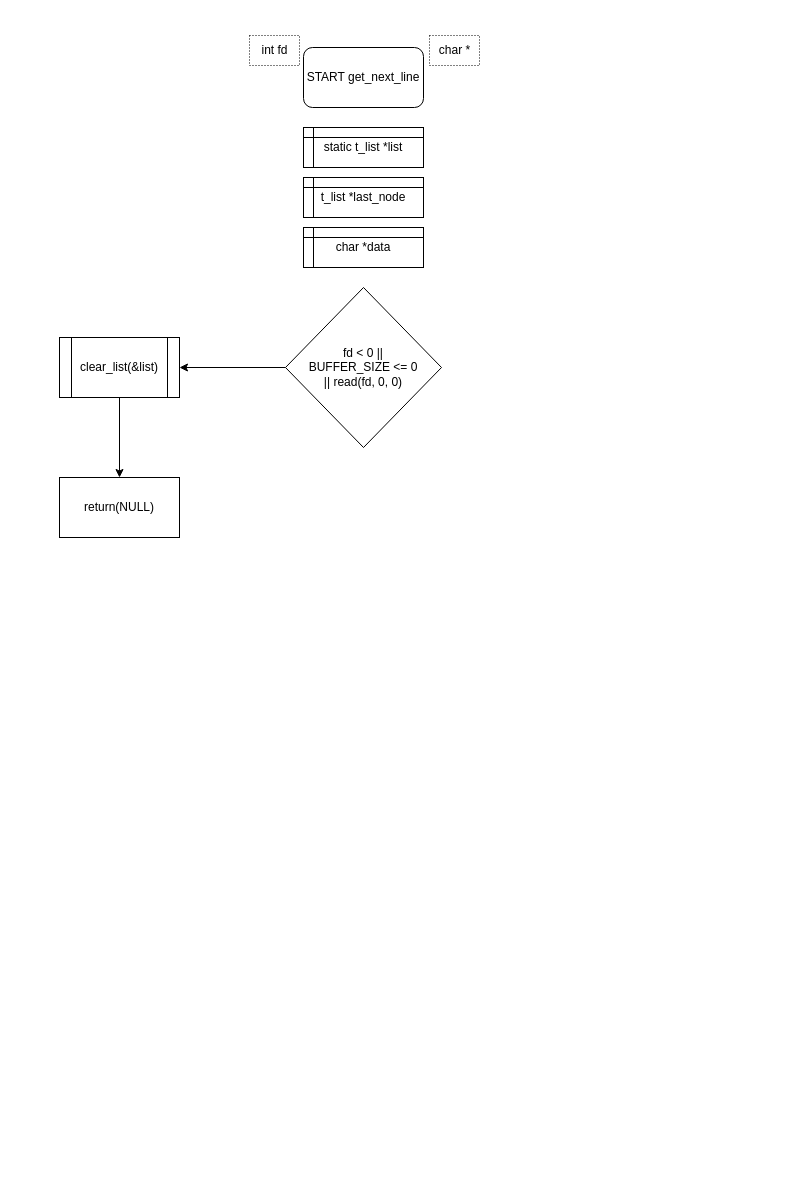
Above: get_next_line.drawio in YannickRd/6x7 (draw.io), before the change. Source tidied: cells renumbered, new cells numbered last; positions are measured from the earlier drawing's top-left corner, leaving out a move shared by most shapes. Both pictures are drawn from the tidied source at 100%, with x=0, y=0 at pixel (59, 35).
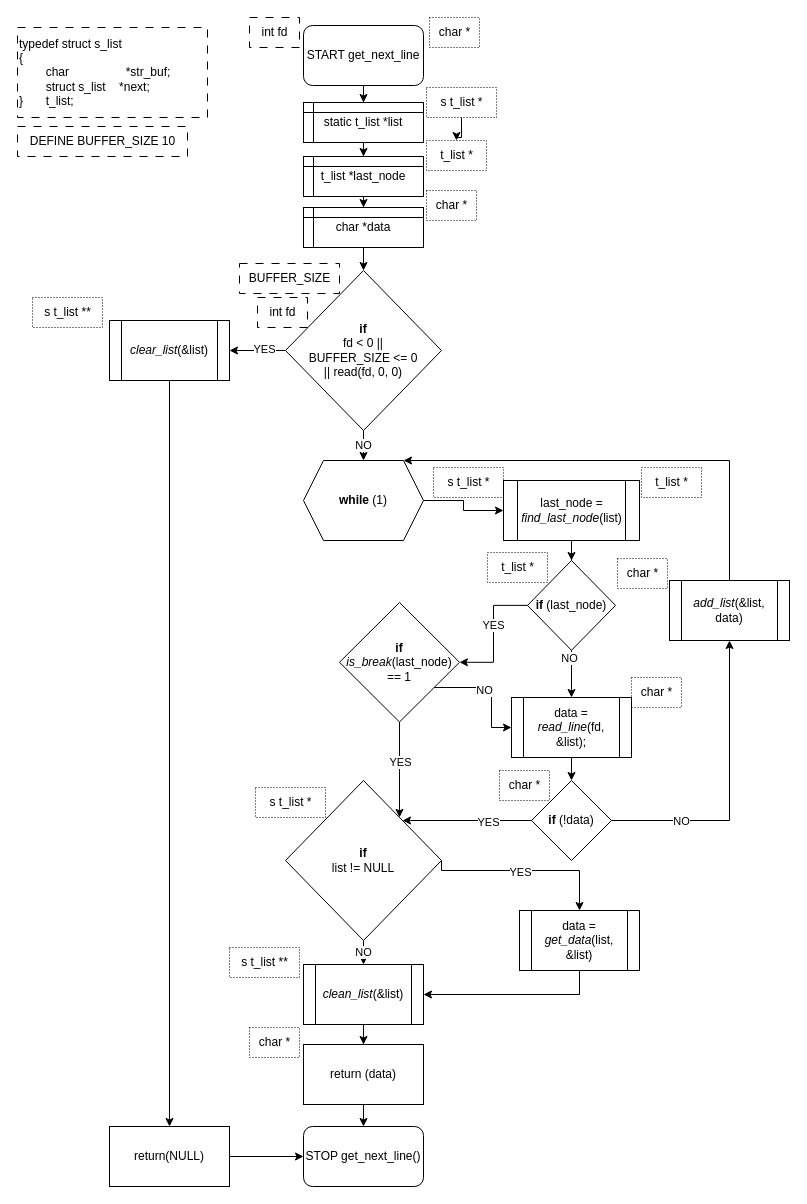
The same diagram, later.

The change refers to these unchanged cells:
```xml
<mxCell id="7" style="edgeStyle=orthogonalEdgeStyle;rounded=0;jettySize=auto;html=1;" parent="1" edge="1" source="8" target="11">
  <mxGeometry relative="1" as="geometry" />
</mxCell>
```

Change to the diagram source:
```diff
@@
+    <mxCell id="13" style="edgeStyle=orthogonalEdgeStyle;rounded=0;jettySize=auto;html=1;" parent="1" edge="1" source="2" target="4">
+      <mxGeometry relative="1" as="geometry" />
+    </mxCell>
     <mxCell id="2" value="START get_next_line" style="rounded=1;whiteSpace=wrap;html=1;" parent="1" vertex="1">
-      <mxGeometry x="244" y="12" width="120" height="60" as="geometry" />
+      <mxGeometry x="244" y="-10" width="120" height="60" as="geometry" />
     </mxCell>
-    <mxCell id="3" value="int fd" style="text;html=1;align=center;verticalAlign=middle;strokeColor=default;fillColor=none;dashed=1;dashPattern=1 2;" parent="1" vertex="1">
-      <mxGeometry x="190" width="50" height="30" as="geometry" />
+    <mxCell id="3" value="int fd" style="text;html=1;align=center;verticalAlign=middle;strokeColor=default;fillColor=none;dashed=1;dashPattern=8 8;" parent="1" vertex="1">
+      <mxGeometry x="190" y="-18" width="50" height="30" as="geometry" />
     </mxCell>
+    <mxCell id="14" style="edgeStyle=orthogonalEdgeStyle;rounded=0;jettySize=auto;html=1;entryX=0.5;entryY=0;entryDx=0;entryDy=0;" parent="1" edge="1" source="4" target="5">
+      <mxGeometry relative="1" as="geometry" />
+    </mxCell>
     <mxCell id="4" value="static t_list *list" style="shape=internalStorage;whiteSpace=wrap;html=1;backgroundOutline=1;dx=10;dy=10;" parent="1" vertex="1">
-      <mxGeometry x="244" y="92" width="120" height="40" as="geometry" />
+      <mxGeometry x="244" y="67" width="120" height="40" as="geometry" />
     </mxCell>
+    <mxCell id="15" style="edgeStyle=orthogonalEdgeStyle;rounded=0;jettySize=auto;html=1;entryX=0.5;entryY=0;entryDx=0;entryDy=0;" parent="1" edge="1" source="5" target="6">
+      <mxGeometry relative="1" as="geometry" />
+    </mxCell>
     <mxCell id="5" value="t_list *last_node" style="shape=internalStorage;whiteSpace=wrap;html=1;backgroundOutline=1;dx=10;dy=10;" parent="1" vertex="1">
-      <mxGeometry x="244" y="142" width="120" height="40" as="geometry" />
+      <mxGeometry x="244" y="121" width="120" height="40" as="geometry" />
     </mxCell>
+    <mxCell id="16" style="edgeStyle=orthogonalEdgeStyle;rounded=0;jettySize=auto;html=1;entryX=0.5;entryY=0;entryDx=0;entryDy=0;" parent="1" edge="1" source="6" target="8">
+      <mxGeometry relative="1" as="geometry" />
+    </mxCell>
     <mxCell id="6" value="char *data" style="shape=internalStorage;whiteSpace=wrap;html=1;backgroundOutline=1;dx=10;dy=10;" parent="1" vertex="1">
-      <mxGeometry x="244" y="192" width="120" height="40" as="geometry" />
+      <mxGeometry x="244" y="172" width="120" height="40" as="geometry" />
     </mxCell>
@@
+    <mxCell id="17" value="YES" style="edgeLabel;html=1;align=center;verticalAlign=middle;" parent="7" vertex="1">
+      <mxGeometry x="-0.23" y="-2" relative="1" as="geometry" />
+    </mxCell>
+    <mxCell id="18" value="NO" style="edgeStyle=orthogonalEdgeStyle;rounded=0;jettySize=auto;html=1;" parent="1" edge="1" source="8" target="22">
+      <mxGeometry relative="1" as="geometry" />
+    </mxCell>
-    <mxCell id="8" value="fd &amp;lt; 0 || &lt;br&gt;BUFFER_SIZE &amp;lt;= 0 &lt;br&gt;|| read(fd, 0, 0)" style="rhombus;whiteSpace=wrap;html=1;" parent="1" vertex="1">
-      <mxGeometry x="226" y="252" width="156" height="160" as="geometry" />
+    <mxCell id="8" value="&lt;b&gt;if&lt;/b&gt;&lt;br&gt;fd &amp;lt; 0 || &lt;br&gt;BUFFER_SIZE &amp;lt;= 0 &lt;br&gt;|| read(fd, 0, 0)" style="rhombus;whiteSpace=wrap;html=1;" parent="1" vertex="1">
+      <mxGeometry x="226" y="235" width="156" height="160" as="geometry" />
     </mxCell>
     <mxCell id="9" value="char *" style="text;html=1;align=center;verticalAlign=middle;strokeColor=default;fillColor=none;dashed=1;dashPattern=1 2;" parent="1" vertex="1">
-      <mxGeometry x="370" width="50" height="30" as="geometry" />
+      <mxGeometry x="370" y="-18" width="50" height="30" as="geometry" />
     </mxCell>
@@
-    <mxCell id="11" value="clear_list(&amp;amp;list)" style="shape=process;whiteSpace=wrap;html=1;backgroundOutline=1;" parent="1" vertex="1">
-      <mxGeometry y="302" width="120" height="60" as="geometry" />
+    <mxCell id="11" value="&lt;i&gt;clear_list&lt;/i&gt;(&amp;amp;list)" style="shape=process;whiteSpace=wrap;html=1;backgroundOutline=1;" parent="1" vertex="1">
+      <mxGeometry x="50" y="285" width="120" height="60" as="geometry" />
     </mxCell>
+    <mxCell id="19" style="edgeStyle=orthogonalEdgeStyle;rounded=0;jettySize=auto;html=1;" parent="1" edge="1" source="12" target="20">
+      <mxGeometry relative="1" as="geometry" />
+    </mxCell>
     <mxCell id="12" value="return(NULL)" style="whiteSpace=wrap;html=1;" parent="1" vertex="1">
-      <mxGeometry y="442" width="120" height="60" as="geometry" />
+      <mxGeometry x="50" y="1091" width="120" height="60" as="geometry" />
     </mxCell>
+    <mxCell id="20" value="STOP get_next_line()" style="rounded=1;whiteSpace=wrap;html=1;" parent="1" vertex="1">
+      <mxGeometry x="244" y="1091" width="120" height="60" as="geometry" />
+    </mxCell>
+    <mxCell id="21" style="edgeStyle=orthogonalEdgeStyle;rounded=0;jettySize=auto;html=1;exitX=1;exitY=0.5;exitDx=0;exitDy=0;" parent="1" edge="1" source="22" target="37">
+      <mxGeometry relative="1" as="geometry" />
+    </mxCell>
+    <mxCell id="22" value="&lt;b&gt;while&lt;/b&gt; (1)" style="shape=hexagon;perimeter=hexagonPerimeter2;whiteSpace=wrap;html=1;fixedSize=1;" parent="1" vertex="1">
+      <mxGeometry x="244" y="425" width="120" height="80" as="geometry" />
+    </mxCell>
+    <mxCell id="23" value="NO" style="edgeStyle=orthogonalEdgeStyle;rounded=0;jettySize=auto;html=1;" parent="1" edge="1" source="26" target="28">
+      <mxGeometry relative="1" as="geometry" />
+    </mxCell>
+    <mxCell id="24" style="edgeStyle=orthogonalEdgeStyle;rounded=0;jettySize=auto;html=1;entryX=0.5;entryY=0;entryDx=0;entryDy=0;exitX=1;exitY=0.5;exitDx=0;exitDy=0;" parent="1" edge="1" source="26" target="35">
+      <mxGeometry relative="1" as="geometry">
+        <Array as="points">
+          <mxPoint x="382" y="835" />
+          <mxPoint x="520" y="835" />
+        </Array>
+      </mxGeometry>
+    </mxCell>
+    <mxCell id="25" value="YES" style="edgeLabel;html=1;align=center;verticalAlign=middle;" parent="24" vertex="1">
+      <mxGeometry x="-0.06" relative="1" as="geometry">
+        <mxPoint y="1" as="offset" />
+      </mxGeometry>
+    </mxCell>
+    <mxCell id="26" value="&lt;b&gt;if&lt;/b&gt;&lt;br&gt;list != NULL" style="rhombus;whiteSpace=wrap;html=1;" parent="1" vertex="1">
+      <mxGeometry x="226" y="745" width="156" height="160" as="geometry" />
+    </mxCell>
+    <mxCell id="27" style="edgeStyle=orthogonalEdgeStyle;rounded=0;jettySize=auto;html=1;" parent="1" edge="1" source="28" target="59">
+      <mxGeometry relative="1" as="geometry" />
+    </mxCell>
+    <mxCell id="28" value="&lt;i&gt;clean_list&lt;/i&gt;(&amp;amp;list)" style="shape=process;whiteSpace=wrap;html=1;backgroundOutline=1;" parent="1" vertex="1">
+      <mxGeometry x="244" y="929" width="120" height="60" as="geometry" />
+    </mxCell>
+    <mxCell id="29" style="edgeStyle=orthogonalEdgeStyle;rounded=0;jettySize=auto;html=1;" parent="1" edge="1" source="30" target="31">
+      <mxGeometry relative="1" as="geometry" />
+    </mxCell>
+    <mxCell id="30" value="s t_list *" style="text;html=1;align=center;verticalAlign=middle;points=[];strokeColor=default;fillColor=none;dashed=1;dashPattern=1 2;" parent="1" vertex="1">
+      <mxGeometry x="367" y="52" width="70" height="30" as="geometry" />
+    </mxCell>
+    <mxCell id="31" value="t_list *" style="text;html=1;align=center;verticalAlign=middle;points=[];strokeColor=default;fillColor=none;dashed=1;dashPattern=1 2;" parent="1" vertex="1">
+      <mxGeometry x="367" y="105" width="60" height="30" as="geometry" />
+    </mxCell>
+    <mxCell id="32" value="char *" style="text;html=1;align=center;verticalAlign=middle;strokeColor=default;fillColor=none;dashed=1;dashPattern=1 2;" parent="1" vertex="1">
+      <mxGeometry x="367" y="155" width="50" height="30" as="geometry" />
+    </mxCell>
+    <mxCell id="33" value="&lt;div&gt;typedef struct s_list&lt;/div&gt;&lt;div&gt;&lt;span style=&quot;background-color: initial;&quot;&gt;{&lt;/span&gt;&lt;/div&gt;&lt;div&gt;&lt;span style=&quot;white-space: pre;&quot;&gt;&#9;&lt;/span&gt;char&lt;span style=&quot;white-space: pre;&quot;&gt;&#9;&lt;/span&gt;&lt;span style=&quot;white-space: pre;&quot;&gt;&#9;&lt;/span&gt;&lt;span style=&quot;white-space: pre;&quot;&gt;&#9;&lt;/span&gt;*str_buf;&lt;span style=&quot;&quot;&gt;&lt;span style=&quot;white-space: pre;&quot;&gt;&amp;nbsp;&amp;nbsp;&amp;nbsp;&amp;nbsp;&lt;/span&gt;&lt;/span&gt;&lt;span style=&quot;&quot;&gt;&lt;/span&gt;&lt;/div&gt;&lt;div&gt;&lt;span style=&quot;&quot;&gt;&lt;span style=&quot;white-space: pre;&quot;&gt;&#9;&lt;/span&gt;struct s_list&lt;span style=&quot;&quot;&gt;&lt;span style=&quot;white-space: pre;&quot;&gt;&amp;nbsp;&amp;nbsp;&amp;nbsp;&amp;nbsp;&lt;/span&gt;&lt;/span&gt;*next;&lt;/span&gt;&lt;/div&gt;&lt;div&gt;}&lt;span style=&quot;white-space: pre;&quot;&gt;&#9;&lt;/span&gt;t_list;&lt;/div&gt;" style="text;html=1;align=left;verticalAlign=middle;strokeColor=default;fillColor=none;dashed=1;dashPattern=8 8;" parent="1" vertex="1">
+      <mxGeometry x="-42" y="-8" width="190" height="90" as="geometry" />
+    </mxCell>
+    <mxCell id="34" style="edgeStyle=orthogonalEdgeStyle;rounded=0;jettySize=auto;html=1;entryX=1;entryY=0.5;entryDx=0;entryDy=0;" parent="1" edge="1" source="35" target="28">
+      <mxGeometry relative="1" as="geometry">
+        <Array as="points">
+          <mxPoint x="520" y="959" />
+        </Array>
+      </mxGeometry>
+    </mxCell>
+    <mxCell id="35" value="data = &lt;i&gt;get_data&lt;/i&gt;(list, &amp;amp;list)" style="shape=process;whiteSpace=wrap;html=1;backgroundOutline=1;" parent="1" vertex="1">
+      <mxGeometry x="460" y="875" width="120" height="60" as="geometry" />
+    </mxCell>
+    <mxCell id="36" style="edgeStyle=orthogonalEdgeStyle;rounded=0;jettySize=auto;html=1;" parent="1" edge="1" source="37" target="42">
+      <mxGeometry relative="1" as="geometry" />
+    </mxCell>
+    <mxCell id="37" value="last_node = &lt;i&gt;find_last_node&lt;/i&gt;(list)" style="shape=process;whiteSpace=wrap;html=1;backgroundOutline=1;" parent="1" vertex="1">
+      <mxGeometry x="444" y="445" width="136" height="60" as="geometry" />
+    </mxCell>
+    <mxCell id="38" style="edgeStyle=orthogonalEdgeStyle;rounded=0;jettySize=auto;html=1;" parent="1" edge="1" source="42" target="44">
+      <mxGeometry relative="1" as="geometry" />
+    </mxCell>
+    <mxCell id="39" value="NO" style="edgeLabel;html=1;align=center;verticalAlign=middle;" parent="38" vertex="1">
+      <mxGeometry x="-0.66" y="-3" relative="1" as="geometry" />
+    </mxCell>
+    <mxCell id="40" style="edgeStyle=orthogonalEdgeStyle;rounded=0;jettySize=auto;html=1;" parent="1" edge="1" source="42" target="47">
+      <mxGeometry relative="1" as="geometry" />
+    </mxCell>
+    <mxCell id="41" value="YES" style="edgeLabel;html=1;align=center;verticalAlign=middle;" parent="40" vertex="1">
+      <mxGeometry x="-0.15" y="-1" relative="1" as="geometry">
+        <mxPoint y="1" as="offset" />
+      </mxGeometry>
+    </mxCell>
+    <mxCell id="42" value="&lt;b&gt;if&lt;/b&gt;&amp;nbsp;(last_node)" style="rhombus;whiteSpace=wrap;html=1;" parent="1" vertex="1">
+      <mxGeometry x="468" y="525" width="88" height="89.8" as="geometry" />
+    </mxCell>
+    <mxCell id="43" style="edgeStyle=orthogonalEdgeStyle;rounded=0;jettySize=auto;html=1;" parent="1" edge="1" source="44" target="50">
+      <mxGeometry relative="1" as="geometry" />
+    </mxCell>
+    <mxCell id="44" value="data = &lt;i&gt;read_line&lt;/i&gt;(fd, &amp;amp;list);" style="shape=process;whiteSpace=wrap;html=1;backgroundOutline=1;" parent="1" vertex="1">
+      <mxGeometry x="452" y="662" width="120" height="60" as="geometry" />
+    </mxCell>
+    <mxCell id="45" style="edgeStyle=orthogonalEdgeStyle;rounded=0;jettySize=auto;html=1;entryX=0;entryY=0.5;entryDx=0;entryDy=0;" parent="1" edge="1" source="47" target="44">
+      <mxGeometry relative="1" as="geometry">
+        <Array as="points">
+          <mxPoint x="432" y="652" />
+          <mxPoint x="432" y="692" />
+        </Array>
+      </mxGeometry>
+    </mxCell>
+    <mxCell id="46" value="NO" style="edgeLabel;html=1;align=center;verticalAlign=middle;" parent="45" vertex="1">
+      <mxGeometry x="-0.14" y="-1" relative="1" as="geometry">
+        <mxPoint y="1" as="offset" />
+      </mxGeometry>
+    </mxCell>
+    <mxCell id="47" value="&lt;b&gt;if&lt;/b&gt;&lt;br&gt;&lt;i&gt;is_break&lt;/i&gt;(last_node) == 1" style="rhombus;whiteSpace=wrap;html=1;" parent="1" vertex="1">
+      <mxGeometry x="280" y="567" width="120" height="119.5" as="geometry" />
+    </mxCell>
+    <mxCell id="48" style="edgeStyle=orthogonalEdgeStyle;rounded=0;jettySize=auto;html=1;" parent="1" edge="1" source="50" target="56">
+      <mxGeometry relative="1" as="geometry" />
+    </mxCell>
+    <mxCell id="49" value="NO" style="edgeLabel;html=1;align=center;verticalAlign=middle;" parent="48" vertex="1">
+      <mxGeometry x="-0.54" y="1" relative="1" as="geometry">
+        <mxPoint y="1" as="offset" />
+      </mxGeometry>
+    </mxCell>
+    <mxCell id="50" value="&lt;b&gt;if&lt;/b&gt;&amp;nbsp;(!data)" style="rhombus;whiteSpace=wrap;html=1;" parent="1" vertex="1">
+      <mxGeometry x="472" y="745" width="80" height="80" as="geometry" />
+    </mxCell>
+    <mxCell id="51" style="edgeStyle=orthogonalEdgeStyle;rounded=0;jettySize=auto;html=1;entryX=1;entryY=0;entryDx=0;entryDy=0;" parent="1" edge="1" source="50" target="26">
+      <mxGeometry relative="1" as="geometry" />
+    </mxCell>
+    <mxCell id="52" value="YES" style="edgeLabel;html=1;align=center;verticalAlign=middle;" parent="51" vertex="1">
+      <mxGeometry x="-0.32" y="1" relative="1" as="geometry" />
+    </mxCell>
+    <mxCell id="53" style="edgeStyle=orthogonalEdgeStyle;rounded=0;jettySize=auto;html=1;" parent="1" edge="1" source="47" target="26">
+      <mxGeometry relative="1" as="geometry">
+        <Array as="points">
+          <mxPoint x="330" y="642" />
+          <mxPoint x="330" y="642" />
+        </Array>
+      </mxGeometry>
+    </mxCell>
+    <mxCell id="54" value="YES" style="edgeLabel;html=1;align=center;verticalAlign=middle;" parent="53" vertex="1">
+      <mxGeometry x="-0.16" relative="1" as="geometry" />
+    </mxCell>
+    <mxCell id="55" style="edgeStyle=orthogonalEdgeStyle;rounded=0;jettySize=auto;html=1;" parent="1" edge="1" source="56" target="22">
+      <mxGeometry relative="1" as="geometry">
+        <Array as="points">
+          <mxPoint x="670" y="425" />
+        </Array>
+      </mxGeometry>
+    </mxCell>
+    <mxCell id="56" value="&lt;i&gt;add_list&lt;/i&gt;(&amp;amp;list, data)" style="shape=process;whiteSpace=wrap;html=1;backgroundOutline=1;" parent="1" vertex="1">
+      <mxGeometry x="610" y="545" width="120" height="60" as="geometry" />
+    </mxCell>
+    <mxCell id="57" value="DEFINE BUFFER_SIZE 10" style="text;html=1;align=center;verticalAlign=middle;strokeColor=default;fillColor=none;dashed=1;dashPattern=8 8;" parent="1" vertex="1">
+      <mxGeometry x="-42" y="91" width="170" height="30" as="geometry" />
+    </mxCell>
+    <mxCell id="58" style="edgeStyle=orthogonalEdgeStyle;rounded=0;jettySize=auto;html=1;entryX=0.5;entryY=0;entryDx=0;entryDy=0;" parent="1" edge="1" source="59" target="20">
+      <mxGeometry relative="1" as="geometry" />
+    </mxCell>
+    <mxCell id="59" value="return (data)" style="rounded=0;whiteSpace=wrap;html=1;" parent="1" vertex="1">
+      <mxGeometry x="244" y="1009" width="120" height="60" as="geometry" />
+    </mxCell>
+    <mxCell id="60" value="s t_list **" style="text;html=1;align=center;verticalAlign=middle;strokeColor=default;fillColor=none;dashed=1;dashPattern=1 2;" parent="1" vertex="1">
+      <mxGeometry x="-27" y="262" width="70" height="30" as="geometry" />
+    </mxCell>
+    <mxCell id="61" value="int fd" style="text;html=1;align=center;verticalAlign=middle;strokeColor=default;fillColor=none;dashed=1;dashPattern=8 8;" parent="1" vertex="1">
+      <mxGeometry x="198" y="262" width="50" height="30" as="geometry" />
+    </mxCell>
+    <mxCell id="62" value="BUFFER_SIZE" style="text;html=1;align=center;verticalAlign=middle;strokeColor=default;fillColor=none;dashed=1;dashPattern=8 8;" parent="1" vertex="1">
+      <mxGeometry x="180" y="228" width="100" height="30" as="geometry" />
+    </mxCell>
+    <mxCell id="63" value="s t_list **" style="text;html=1;align=center;verticalAlign=middle;strokeColor=default;fillColor=none;dashed=1;dashPattern=1 2;" parent="1" vertex="1">
+      <mxGeometry x="170" y="912" width="70" height="30" as="geometry" />
+    </mxCell>
+    <mxCell id="64" value="char *" style="text;html=1;align=center;verticalAlign=middle;strokeColor=default;fillColor=none;dashed=1;dashPattern=1 2;" parent="1" vertex="1">
+      <mxGeometry x="190" y="992" width="50" height="30" as="geometry" />
+    </mxCell>
+    <mxCell id="65" value="s t_list *" style="text;html=1;align=center;verticalAlign=middle;strokeColor=default;fillColor=none;dashed=1;dashPattern=1 2;" parent="1" vertex="1">
+      <mxGeometry x="196" y="752" width="70" height="30" as="geometry" />
+    </mxCell>
+    <mxCell id="66" value="s t_list *" style="text;html=1;align=center;verticalAlign=middle;strokeColor=default;fillColor=none;dashed=1;dashPattern=1 2;" parent="1" vertex="1">
+      <mxGeometry x="374" y="432" width="70" height="30" as="geometry" />
+    </mxCell>
+    <mxCell id="67" value="t_list *" style="text;html=1;align=center;verticalAlign=middle;strokeColor=default;fillColor=none;dashed=1;dashPattern=1 2;" parent="1" vertex="1">
+      <mxGeometry x="582" y="432" width="60" height="30" as="geometry" />
+    </mxCell>
+    <mxCell id="68" value="t_list *" style="text;html=1;align=center;verticalAlign=middle;strokeColor=default;fillColor=none;dashed=1;dashPattern=1 2;" parent="1" vertex="1">
+      <mxGeometry x="428" y="517" width="60" height="30" as="geometry" />
+    </mxCell>
+    <mxCell id="69" value="char *" style="text;html=1;align=center;verticalAlign=middle;strokeColor=default;fillColor=none;dashed=1;dashPattern=1 2;" parent="1" vertex="1">
+      <mxGeometry x="440" y="735" width="50" height="30" as="geometry" />
+    </mxCell>
+    <mxCell id="70" value="char *" style="text;html=1;align=center;verticalAlign=middle;strokeColor=default;fillColor=none;dashed=1;dashPattern=1 2;" parent="1" vertex="1">
+      <mxGeometry x="572" y="642" width="50" height="30" as="geometry" />
+    </mxCell>
+    <mxCell id="71" value="char *" style="text;html=1;align=center;verticalAlign=middle;strokeColor=default;fillColor=none;dashed=1;dashPattern=1 2;" parent="1" vertex="1">
+      <mxGeometry x="558" y="523" width="50" height="30" as="geometry" />
+    </mxCell>
```
